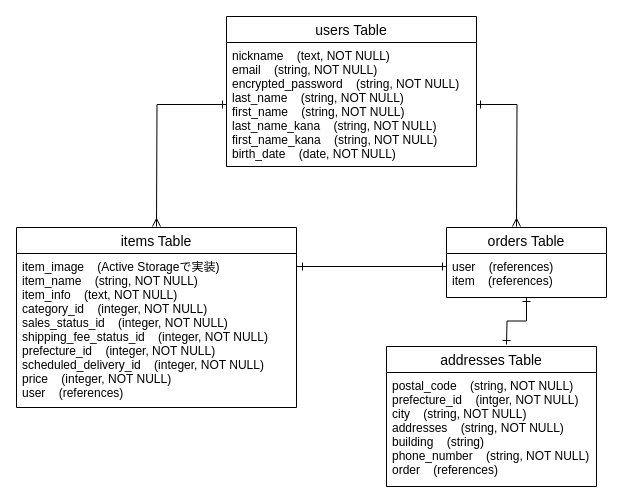
Before: tables.dio in yasufumi-ohtaka/furima-32629, a draw.io diagram. Source tidied: cells renumbered, new cells numbered last; positions are measured from the earlier drawing's top-left corner, leaving out a move shared by most shapes. Both pictures are drawn from the tidied source at 100%, with x=0, y=0 at pixel (16, 16).
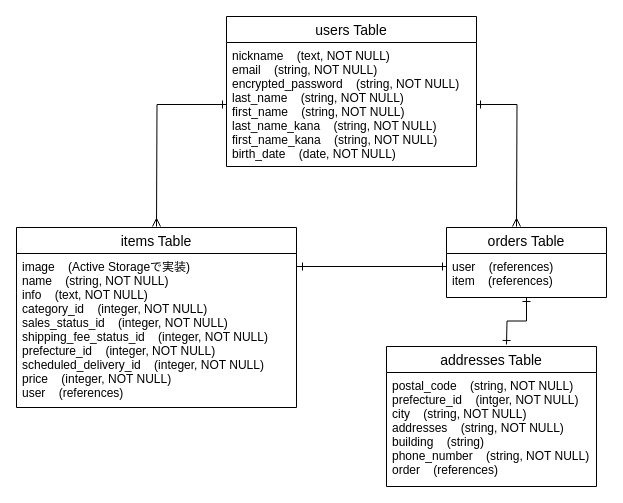
Above is the later version.

The change refers to these unchanged cells:
```xml
<mxCell id="3" value="items Table" style="swimlane;fontStyle=0;horizontal=1;startSize=26;align=center;fontSize=14;" parent="1" vertex="1">
  <mxGeometry y="211" width="280" height="180" as="geometry" />
</mxCell>
```

Diff of the diagram source:
```diff
@@
-    <mxCell id="4" value="item_image    (Active Storageで実装)&#10;item_name    (string, NOT NULL)&#10;item_info    (text, NOT NULL)&#10;category_id    (integer, NOT NULL)&#10;sales_status_id    (integer, NOT NULL)&#10;shipping_fee_status_id    (integer, NOT NULL)&#10;prefecture_id    (integer, NOT NULL)&#10;scheduled_delivery_id    (integer, NOT NULL)&#10;price    (integer, NOT NULL)&#10;user    (references)" style="text;strokeColor=none;fillColor=none;spacingLeft=4;spacingRight=4;overflow=hidden;fontSize=12;" parent="3" vertex="1">
+    <mxCell id="4" value="image    (Active Storageで実装)&#10;name    (string, NOT NULL)&#10;info    (text, NOT NULL)&#10;category_id    (integer, NOT NULL)&#10;sales_status_id    (integer, NOT NULL)&#10;shipping_fee_status_id    (integer, NOT NULL)&#10;prefecture_id    (integer, NOT NULL)&#10;scheduled_delivery_id    (integer, NOT NULL)&#10;price    (integer, NOT NULL)&#10;user    (references)" style="text;strokeColor=none;fillColor=none;spacingLeft=4;spacingRight=4;overflow=hidden;fontSize=12;" parent="3" vertex="1">
       <mxGeometry y="26" width="280" height="154" as="geometry" />
     </mxCell>
```
